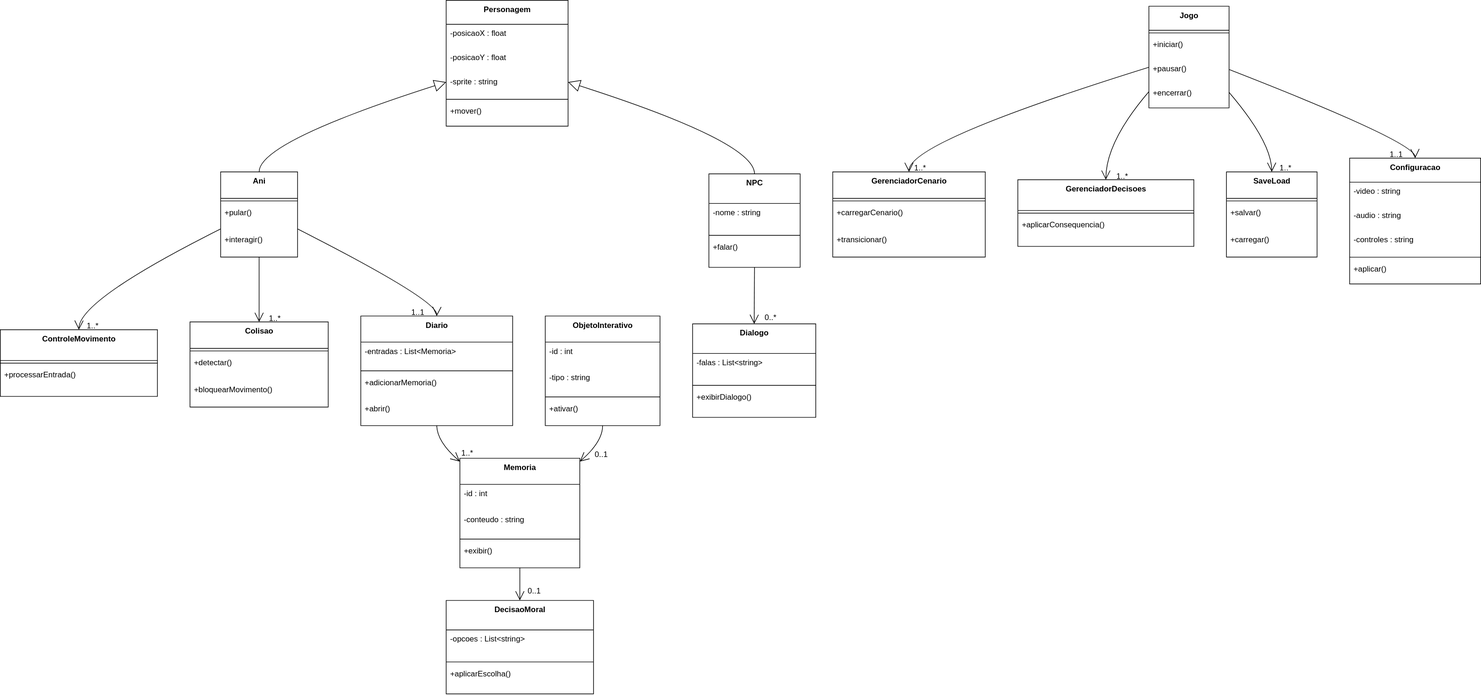
Above: docs/diagrama-de-classe/diagrama-de-classe.drawio.svg in omatheusfaria/Ani (draw.io), before the change. Source tidied: cells renumbered, new cells last; positions are measured from the earlier drawing's top-left corner, leaving out a move shared by most shapes.
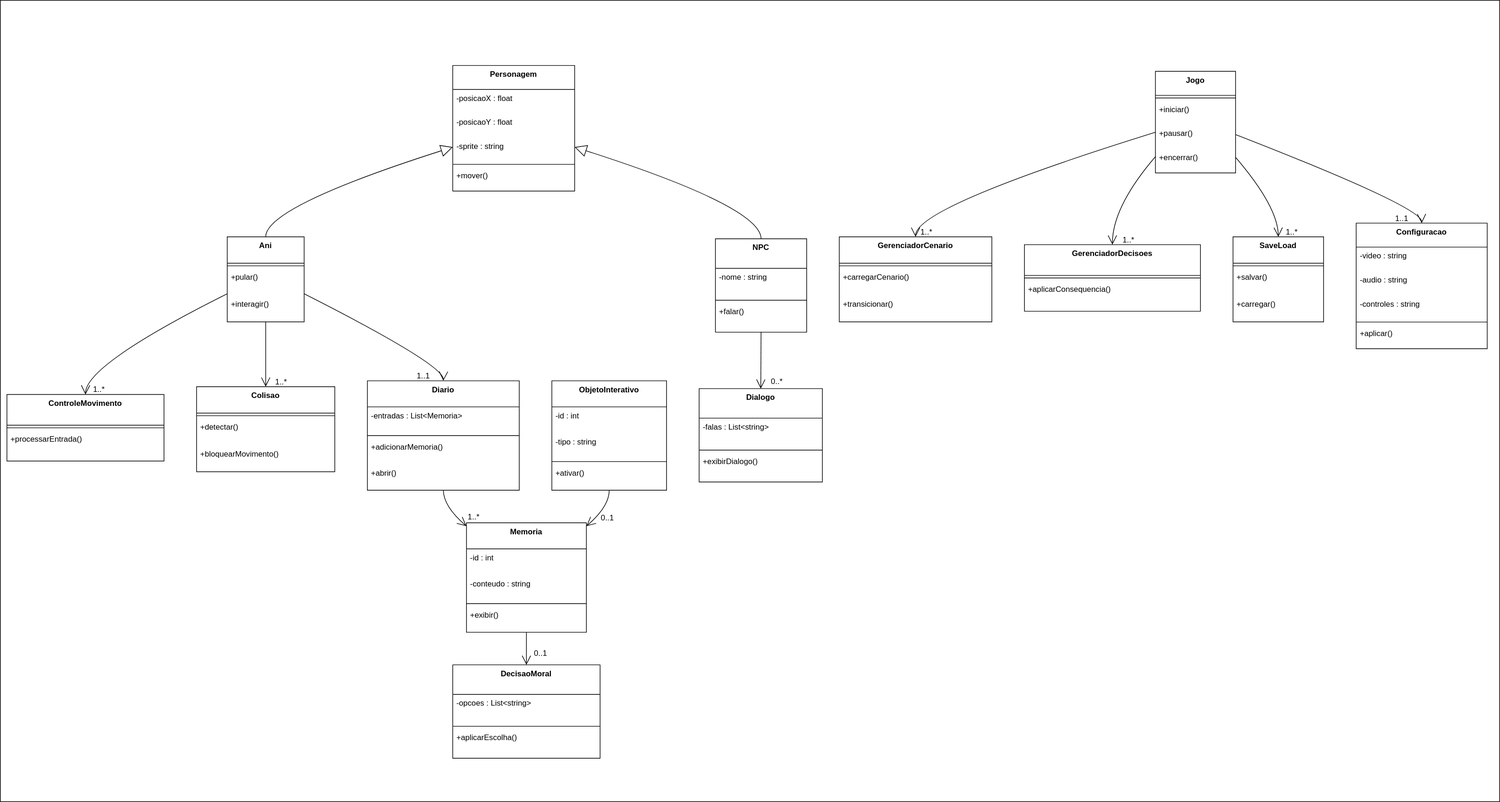
Above is the later version.

Commit message:
Atualiza diagrama e README de classes

The edit, as a diff of the source:
```diff
@@ -2,6 +2,9 @@
   <root>
     <mxCell id="0" />
     <mxCell id="1" parent="0" />
+    <mxCell id="92" style="rounded=0;whiteSpace=wrap;html=1;" parent="1" vertex="1">
+      <mxGeometry x="-10" y="-100" width="2300" height="1230" as="geometry" />
+    </mxCell>
     <mxCell id="2" value="Jogo" style="swimlane;fontStyle=1;align=center;verticalAlign=top;horizontal=1;startSize=36.888888888888886;" parent="1" vertex="1">
       <mxGeometry x="1762" y="9" width="123" height="155.9" as="geometry" />
     </mxCell>
```
